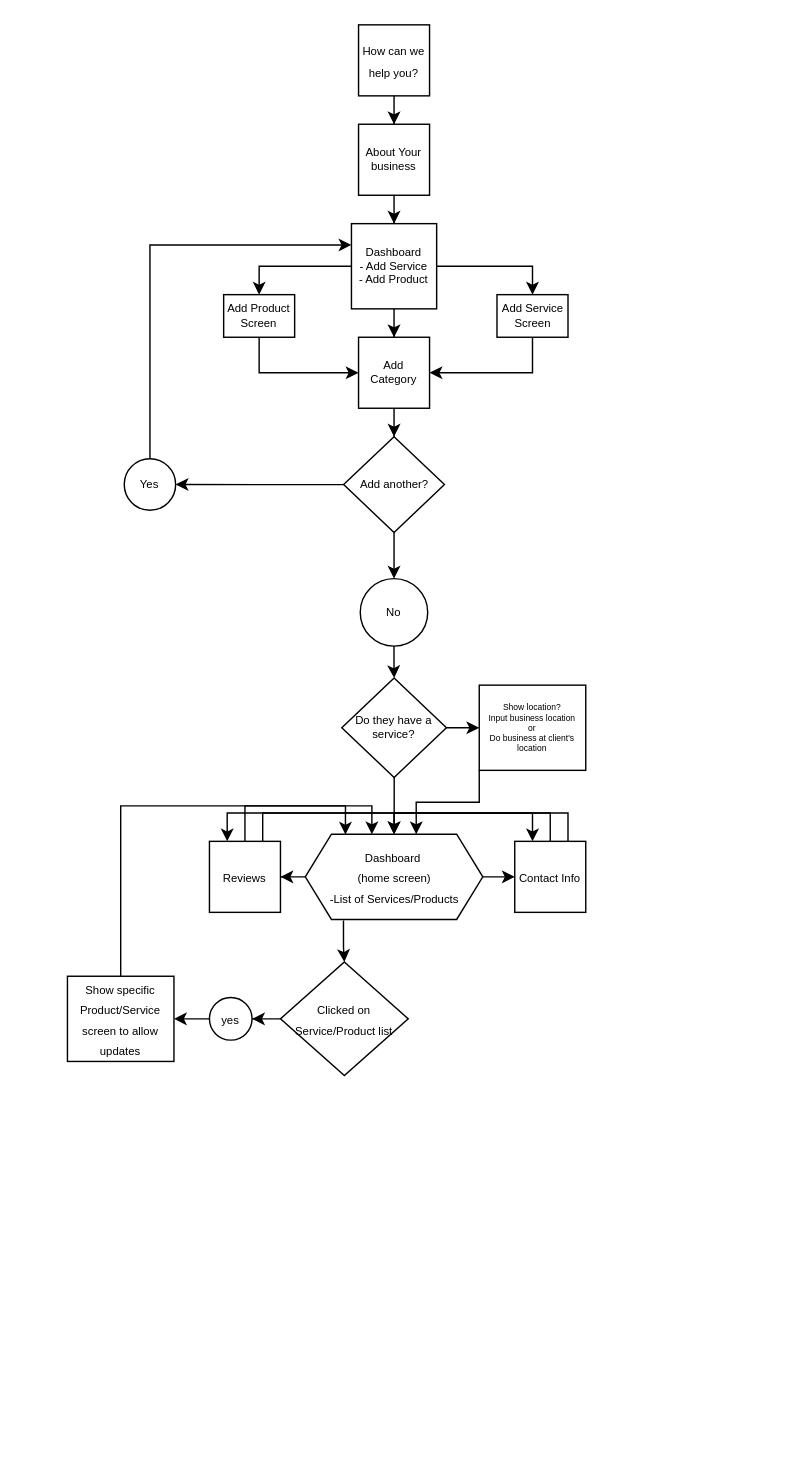
Before: campusConnex.drawio in asarogers/diagram, a draw.io diagram. Source tidied: cells renumbered, new cells numbered last; positions are measured from the earlier drawing's top-left corner, leaving out a move shared by most shapes. Both pictures are drawn from the tidied source at 142%, with x=0, y=0 at pixel (67, 24).
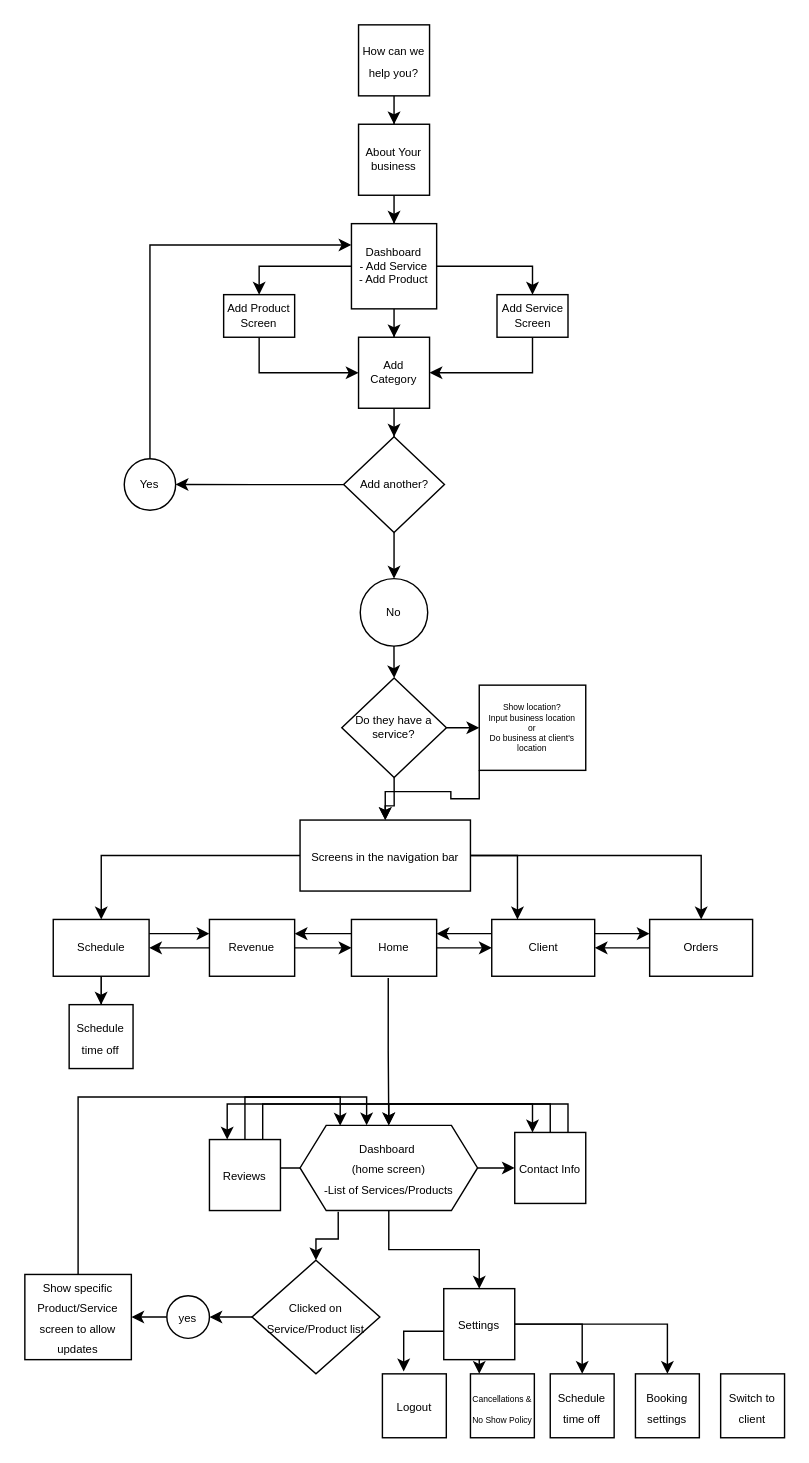
Above is the later version.

Unchanged cells that the change refers to:
```xml
<mxCell id="16" value="&lt;font style=&quot;font-size: 6px;&quot;&gt;Show location?&lt;br&gt;&lt;/font&gt;&lt;div style=&quot;font-size: 6px;&quot;&gt;&lt;font style=&quot;font-size: 6px;&quot;&gt;Input business location&lt;/font&gt;&lt;/div&gt;&lt;div style=&quot;font-size: 6px;&quot;&gt;&lt;font style=&quot;font-size: 6px;&quot;&gt;or&lt;/font&gt;&lt;/div&gt;&lt;div style=&quot;font-size: 6px;&quot;&gt;&lt;font style=&quot;font-size: 6px;&quot;&gt;Do business at client's location&lt;br&gt;&lt;/font&gt;&lt;/div&gt;" style="whiteSpace=wrap;html=1;fontSize=8;" parent="1" vertex="1">
  <mxGeometry x="290" y="465" width="75" height="60" as="geometry" />
</mxCell>
<mxCell id="27" value="Do they have a service?" style="rhombus;whiteSpace=wrap;html=1;fontSize=8;" parent="1" vertex="1">
  <mxGeometry x="193.2" y="460" width="73.7" height="70" as="geometry" />
</mxCell>
```

Diff of the diagram source:
```diff
@@
-    <mxCell id="15" style="edgeStyle=orthogonalEdgeStyle;rounded=0;jettySize=auto;html=1;exitX=0;exitY=1;exitDx=0;exitDy=0;entryX=0.625;entryY=0;entryDx=0;entryDy=0;" parent="1" edge="1" source="16" target="31">
-      <mxGeometry relative="1" as="geometry" />
-    </mxCell>
+    <mxCell id="44" style="edgeStyle=orthogonalEdgeStyle;rounded=0;jettySize=auto;html=1;exitX=0;exitY=1;exitDx=0;exitDy=0;" parent="1" edge="1" source="16" target="50">
+      <mxGeometry relative="1" as="geometry" />
+    </mxCell>
@@
-    <mxCell id="26" style="edgeStyle=orthogonalEdgeStyle;rounded=0;jettySize=auto;html=1;" parent="1" edge="1" source="27" target="31">
-      <mxGeometry relative="1" as="geometry" />
-    </mxCell>
+    <mxCell id="45" style="edgeStyle=orthogonalEdgeStyle;rounded=0;jettySize=auto;html=1;exitX=0.5;exitY=1;exitDx=0;exitDy=0;" parent="1" edge="1" source="27" target="50">
+      <mxGeometry relative="1" as="geometry" />
+    </mxCell>
@@
+    <mxCell id="46" style="edgeStyle=orthogonalEdgeStyle;rounded=0;jettySize=auto;html=1;" parent="1" edge="1" source="31" target="70">
+      <mxGeometry relative="1" as="geometry" />
+    </mxCell>
     <mxCell id="31" value="&lt;p align=&quot;center&quot; style=&quot;line-height: 70%;&quot;&gt;&lt;/p&gt;&lt;div align=&quot;center&quot;&gt;&lt;font style=&quot;font-size: 8px;&quot;&gt;&amp;nbsp;&amp;nbsp;&amp;nbsp; Dashboard&amp;nbsp;&amp;nbsp;&amp;nbsp;&amp;nbsp;&amp;nbsp;&lt;/font&gt;&lt;/div&gt;&lt;div align=&quot;center&quot;&gt;&lt;font style=&quot;font-size: 8px;&quot;&gt;(home screen)&lt;/font&gt;&lt;/div&gt;&lt;div align=&quot;center&quot;&gt;&lt;font style=&quot;font-size: 8px;&quot;&gt;-List of Services/Products&lt;br&gt;&lt;/font&gt;&lt;/div&gt;&lt;p align=&quot;center&quot;&gt;&lt;/p&gt;" style="shape=hexagon;perimeter=hexagonPerimeter2;whiteSpace=wrap;html=1;fixedSize=1;size=18.410000000000082;align=center;" parent="1" vertex="1">
-      <mxGeometry x="167.5" y="570" width="125" height="60" as="geometry" />
+      <mxGeometry x="163.8" y="775" width="125" height="60" as="geometry" />
     </mxCell>
@@
     <mxCell id="34" value="&lt;font style=&quot;font-size: 8px;&quot;&gt;Reviews&lt;/font&gt;" style="whiteSpace=wrap;html=1;" parent="1" vertex="1">
-      <mxGeometry x="100" y="575" width="50" height="50" as="geometry" />
+      <mxGeometry x="100" y="785" width="50" height="50" as="geometry" />
     </mxCell>
@@
     <mxCell id="37" value="&lt;font style=&quot;font-size: 8px;&quot;&gt;Contact Info&lt;/font&gt;" style="whiteSpace=wrap;html=1;" parent="1" vertex="1">
-      <mxGeometry x="315" y="575" width="50" height="50" as="geometry" />
+      <mxGeometry x="315" y="780" width="50" height="50" as="geometry" />
     </mxCell>
@@
     <mxCell id="39" value="&lt;font style=&quot;font-size: 8px;&quot;&gt;Clicked on Service/Product list&lt;/font&gt;" style="rhombus;whiteSpace=wrap;html=1;" parent="1" vertex="1">
-      <mxGeometry x="150" y="660" width="90" height="80" as="geometry" />
+      <mxGeometry x="130" y="870" width="90" height="80" as="geometry" />
     </mxCell>
@@
     <mxCell id="41" value="&lt;p style=&quot;line-height: 100%;&quot;&gt;&lt;font style=&quot;font-size: 8px;&quot;&gt;yes&lt;/font&gt;&lt;/p&gt;" style="ellipse;whiteSpace=wrap;html=1;" parent="1" vertex="1">
-      <mxGeometry x="100" y="685" width="30" height="30" as="geometry" />
+      <mxGeometry x="70" y="895" width="30" height="30" as="geometry" />
     </mxCell>
     <mxCell id="42" value="&lt;font style=&quot;font-size: 8px;&quot;&gt;Show specific Product/Service screen to allow updates&lt;br&gt;&lt;/font&gt;" style="whiteSpace=wrap;html=1;" parent="1" vertex="1">
-      <mxGeometry y="670" width="75" height="60" as="geometry" />
+      <mxGeometry x="-30" y="880" width="75" height="60" as="geometry" />
     </mxCell>
@@
+    <mxCell id="47" style="edgeStyle=orthogonalEdgeStyle;rounded=0;jettySize=auto;html=1;" parent="1" edge="1" source="50" target="53">
+      <mxGeometry relative="1" as="geometry" />
+    </mxCell>
+    <mxCell id="48" style="edgeStyle=orthogonalEdgeStyle;rounded=0;jettySize=auto;html=1;entryX=0.25;entryY=0;entryDx=0;entryDy=0;" parent="1" edge="1" source="50" target="59">
+      <mxGeometry relative="1" as="geometry" />
+    </mxCell>
+    <mxCell id="49" style="edgeStyle=orthogonalEdgeStyle;rounded=0;jettySize=auto;html=1;" parent="1" edge="1" source="50" target="62">
+      <mxGeometry relative="1" as="geometry" />
+    </mxCell>
+    <mxCell id="50" value="&lt;font style=&quot;font-size: 8px;&quot;&gt;Screens in the navigation bar&lt;/font&gt;" style="rounded=0;whiteSpace=wrap;html=1;" parent="1" vertex="1">
+      <mxGeometry x="163.8" y="560" width="120" height="50" as="geometry" />
+    </mxCell>
+    <mxCell id="51" style="edgeStyle=orthogonalEdgeStyle;rounded=0;jettySize=auto;html=1;exitX=1;exitY=0.25;exitDx=0;exitDy=0;entryX=0;entryY=0.25;entryDx=0;entryDy=0;" parent="1" edge="1" source="53" target="56">
+      <mxGeometry relative="1" as="geometry" />
+    </mxCell>
+    <mxCell id="52" style="edgeStyle=orthogonalEdgeStyle;rounded=0;jettySize=auto;html=1;" parent="1" edge="1" source="53" target="66">
+      <mxGeometry relative="1" as="geometry" />
+    </mxCell>
+    <mxCell id="53" value="Schedule" style="rounded=0;whiteSpace=wrap;html=1;fontSize=8;" parent="1" vertex="1">
+      <mxGeometry x="-10" y="630" width="67.5" height="40" as="geometry" />
+    </mxCell>
+    <mxCell id="54" style="edgeStyle=orthogonalEdgeStyle;rounded=0;jettySize=auto;html=1;" parent="1" edge="1" source="56" target="53">
+      <mxGeometry relative="1" as="geometry" />
+    </mxCell>
+    <mxCell id="55" style="edgeStyle=orthogonalEdgeStyle;rounded=0;jettySize=auto;html=1;entryX=0;entryY=0.5;entryDx=0;entryDy=0;" parent="1" edge="1" source="56" target="65">
+      <mxGeometry relative="1" as="geometry" />
+    </mxCell>
+    <mxCell id="56" value="Revenue" style="rounded=0;whiteSpace=wrap;html=1;fontSize=8;" parent="1" vertex="1">
+      <mxGeometry x="100" y="630" width="60" height="40" as="geometry" />
+    </mxCell>
+    <mxCell id="57" style="edgeStyle=orthogonalEdgeStyle;rounded=0;jettySize=auto;html=1;exitX=1;exitY=0.25;exitDx=0;exitDy=0;entryX=0;entryY=0.25;entryDx=0;entryDy=0;" parent="1" edge="1" source="59" target="62">
+      <mxGeometry relative="1" as="geometry" />
+    </mxCell>
+    <mxCell id="58" style="edgeStyle=orthogonalEdgeStyle;rounded=0;jettySize=auto;html=1;exitX=0;exitY=0.25;exitDx=0;exitDy=0;entryX=1;entryY=0.25;entryDx=0;entryDy=0;" parent="1" edge="1" source="59" target="65">
+      <mxGeometry relative="1" as="geometry" />
+    </mxCell>
+    <mxCell id="59" value="Client" style="rounded=0;whiteSpace=wrap;html=1;fontSize=8;" parent="1" vertex="1">
+      <mxGeometry x="298.8" y="630" width="72.5" height="40" as="geometry" />
+    </mxCell>
+    <mxCell id="60" style="edgeStyle=orthogonalEdgeStyle;rounded=0;jettySize=auto;html=1;exitX=0.432;exitY=1.029;exitDx=0;exitDy=0;exitPerimeter=0;" parent="1" edge="1" source="65" target="31">
+      <mxGeometry relative="1" as="geometry" />
+    </mxCell>
+    <mxCell id="61" style="edgeStyle=orthogonalEdgeStyle;rounded=0;jettySize=auto;html=1;" parent="1" edge="1" source="62" target="59">
+      <mxGeometry relative="1" as="geometry" />
+    </mxCell>
+    <mxCell id="62" value="Orders" style="rounded=0;whiteSpace=wrap;html=1;fontSize=8;" parent="1" vertex="1">
+      <mxGeometry x="410" y="630" width="72.5" height="40" as="geometry" />
+    </mxCell>
+    <mxCell id="63" style="edgeStyle=orthogonalEdgeStyle;rounded=0;jettySize=auto;html=1;" parent="1" edge="1" source="65" target="59">
+      <mxGeometry relative="1" as="geometry" />
+    </mxCell>
+    <mxCell id="64" style="edgeStyle=orthogonalEdgeStyle;rounded=0;jettySize=auto;html=1;exitX=0;exitY=0.25;exitDx=0;exitDy=0;entryX=1;entryY=0.25;entryDx=0;entryDy=0;" parent="1" edge="1" source="65" target="56">
+      <mxGeometry relative="1" as="geometry" />
+    </mxCell>
+    <mxCell id="65" value="Home" style="rounded=0;whiteSpace=wrap;html=1;fontSize=8;" parent="1" vertex="1">
+      <mxGeometry x="200" y="630" width="60" height="40" as="geometry" />
+    </mxCell>
+    <mxCell id="66" value="&lt;font style=&quot;font-size: 8px;&quot;&gt;Schedule time off&lt;/font&gt;" style="whiteSpace=wrap;html=1;" parent="1" vertex="1">
+      <mxGeometry x="1.2" y="690" width="45" height="45" as="geometry" />
+    </mxCell>
+    <mxCell id="67" style="edgeStyle=orthogonalEdgeStyle;rounded=0;jettySize=auto;html=1;" parent="1" edge="1" source="70" target="71">
+      <mxGeometry relative="1" as="geometry" />
+    </mxCell>
+    <mxCell id="68" style="edgeStyle=orthogonalEdgeStyle;rounded=0;jettySize=auto;html=1;entryX=0.5;entryY=0;entryDx=0;entryDy=0;" parent="1" edge="1" source="70" target="72">
+      <mxGeometry relative="1" as="geometry" />
+    </mxCell>
+    <mxCell id="69" style="edgeStyle=orthogonalEdgeStyle;rounded=0;jettySize=auto;html=1;" parent="1" edge="1" source="70" target="74">
+      <mxGeometry relative="1" as="geometry">
+        <Array as="points">
+          <mxPoint x="300" y="950" />
+          <mxPoint x="300" y="950" />
+        </Array>
+      </mxGeometry>
+    </mxCell>
+    <mxCell id="70" value="&lt;font style=&quot;font-size: 8px;&quot;&gt;Settings&lt;/font&gt;" style="whiteSpace=wrap;html=1;" parent="1" vertex="1">
+      <mxGeometry x="265" y="890" width="50" height="50" as="geometry" />
+    </mxCell>
+    <mxCell id="71" value="&lt;font style=&quot;font-size: 8px;&quot;&gt;Schedule time off&lt;/font&gt;" style="whiteSpace=wrap;html=1;" parent="1" vertex="1">
+      <mxGeometry x="340" y="950" width="45" height="45" as="geometry" />
+    </mxCell>
+    <mxCell id="72" value="&lt;font style=&quot;font-size: 8px;&quot;&gt;Booking settings&lt;br&gt;&lt;/font&gt;" style="whiteSpace=wrap;html=1;" parent="1" vertex="1">
+      <mxGeometry x="400" y="950" width="45" height="45" as="geometry" />
+    </mxCell>
+    <mxCell id="73" value="&lt;font style=&quot;font-size: 8px;&quot;&gt;Switch to client&lt;font style=&quot;font-size: 8px;&quot;&gt;&lt;br&gt;&lt;/font&gt;&lt;/font&gt;" style="whiteSpace=wrap;html=1;" parent="1" vertex="1">
+      <mxGeometry x="460" y="950" width="45" height="45" as="geometry" />
+    </mxCell>
+    <mxCell id="74" value="&lt;font style=&quot;font-size: 6px;&quot;&gt;Cancellations &amp;amp; No Show Policy&lt;font style=&quot;font-size: 6px;&quot;&gt;&lt;br&gt;&lt;/font&gt;&lt;/font&gt;&lt;font style=&quot;font-size: 8px;&quot;&gt;&lt;font style=&quot;font-size: 8px;&quot;&gt;&lt;/font&gt;&lt;/font&gt;" style="whiteSpace=wrap;html=1;" parent="1" vertex="1">
+      <mxGeometry x="283.8" y="950" width="45" height="45" as="geometry" />
+    </mxCell>
+    <mxCell id="75" value="&lt;font style=&quot;font-size: 8px;&quot;&gt;Logout&lt;/font&gt;" style="whiteSpace=wrap;html=1;" parent="1" vertex="1">
+      <mxGeometry x="221.8" y="950" width="45" height="45" as="geometry" />
+    </mxCell>
+    <mxCell id="76" style="edgeStyle=orthogonalEdgeStyle;rounded=0;jettySize=auto;html=1;entryX=0.333;entryY=-0.038;entryDx=0;entryDy=0;entryPerimeter=0;" parent="1" edge="1" source="70" target="75">
+      <mxGeometry relative="1" as="geometry">
+        <Array as="points">
+          <mxPoint x="237" y="920" />
+        </Array>
+      </mxGeometry>
+    </mxCell>
```
